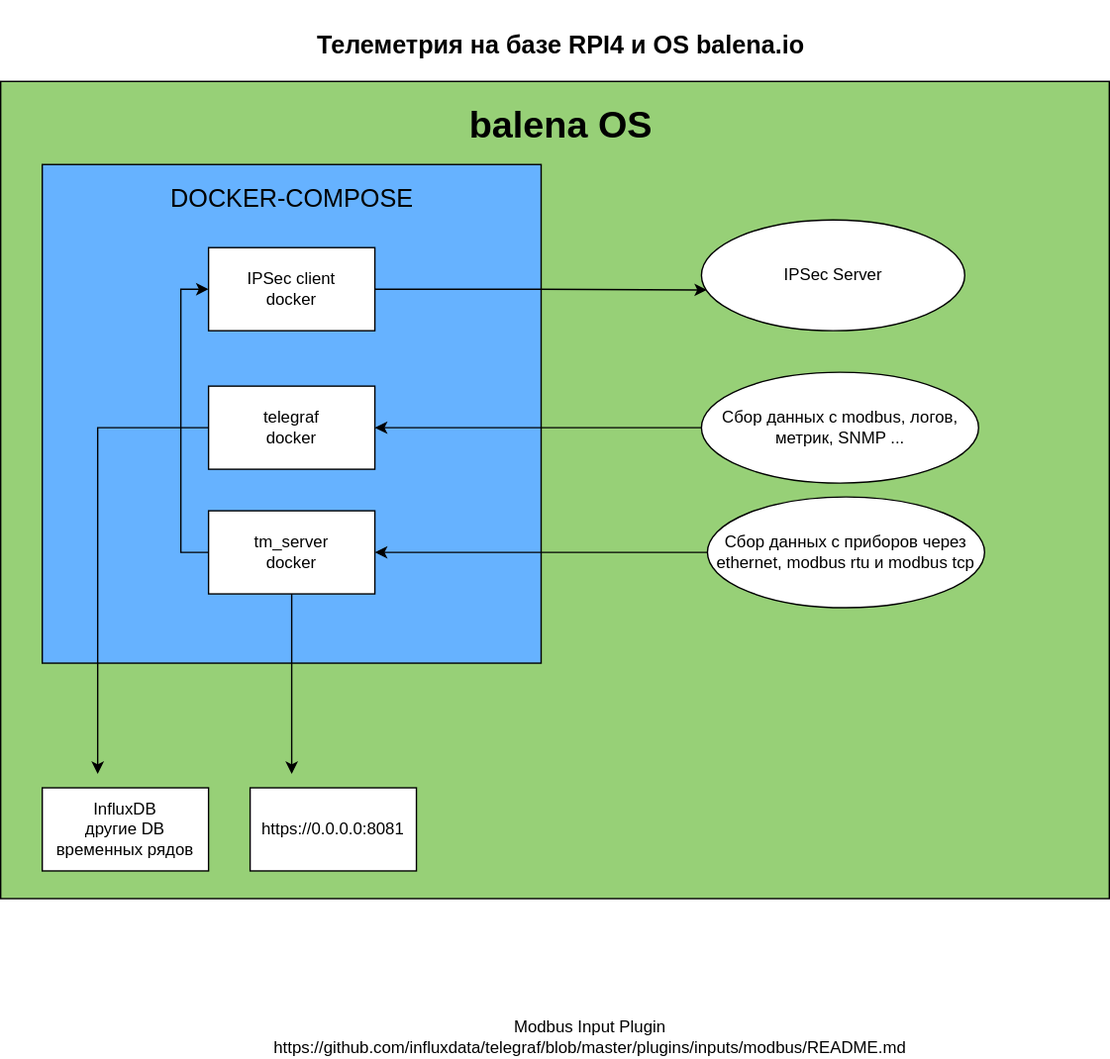
Above: pictures/felectra-diagram.drawio.svg in joyshmitz/felectra (draw.io), before the change. Source tidied: cells renumbered, new cells last; positions are measured from the earlier drawing's top-left corner, leaving out a move shared by most shapes.
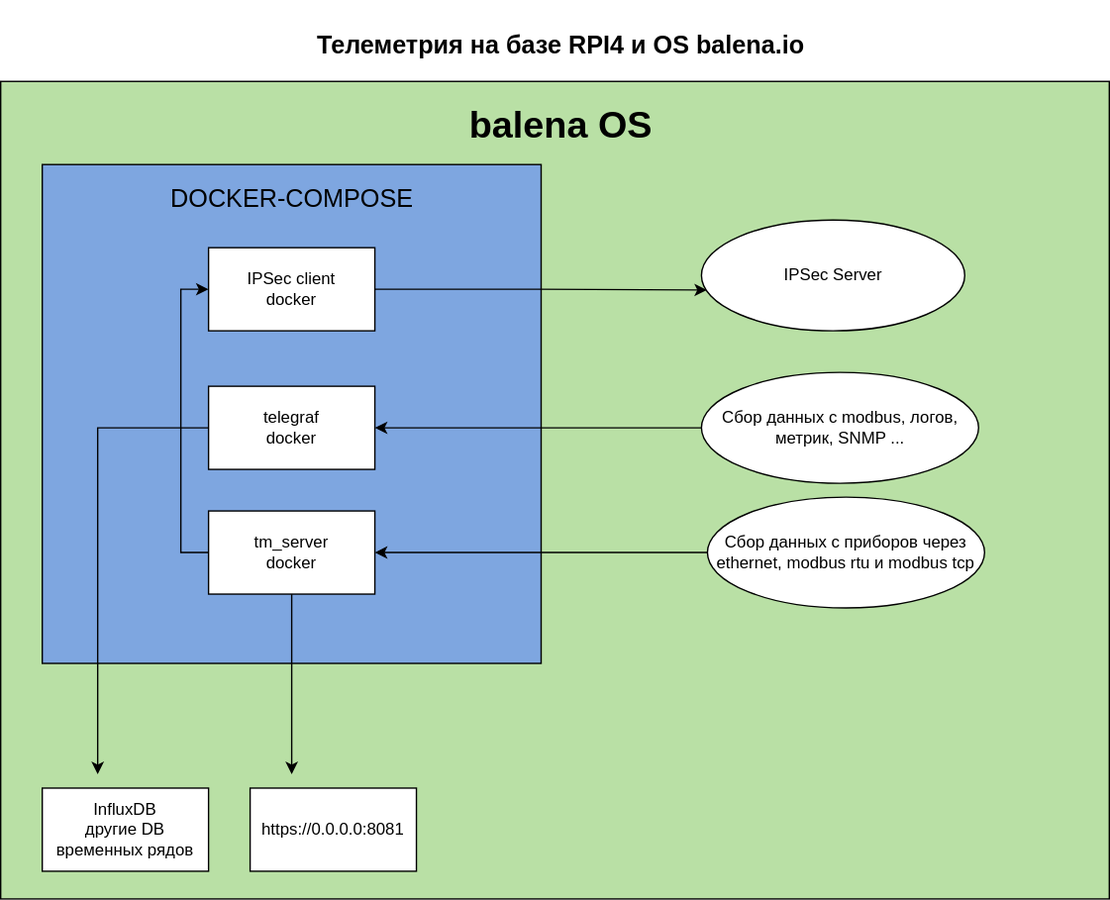
Above is the later version.

Diff of the diagram source:
```diff
@@ -2,10 +2,10 @@
   <root>
     <mxCell id="0" />
     <mxCell id="1" parent="0" />
-    <mxCell id="2" style="rounded=0;whiteSpace=wrap;html=1;fillColor=#97D077;align=right;" parent="1" vertex="1">
+    <mxCell id="2" style="rounded=0;whiteSpace=wrap;html=1;fillColor=#B9E0A5;align=right;" parent="1" vertex="1">
       <mxGeometry y="53" width="800" height="590" as="geometry" />
     </mxCell>
-    <mxCell id="3" style="whiteSpace=wrap;html=1;fillColor=#66B2FF;" parent="1" vertex="1">
+    <mxCell id="3" style="whiteSpace=wrap;html=1;fillColor=#7EA6E0;" parent="1" vertex="1">
       <mxGeometry x="30" y="113" width="360" height="360" as="geometry" />
     </mxCell>
     <mxCell id="4" style="edgeStyle=orthogonalEdgeStyle;rounded=0;jettySize=auto;html=1;" parent="1" edge="1" source="5" target="10">
@@ -57,9 +57,6 @@
     <mxCell id="18" value="&lt;font style=&quot;font-size: 18px&quot;&gt;DOCKER-COMPOSE&lt;/font&gt;" style="text;html=1;align=center;verticalAlign=middle;strokeColor=none;fillColor=none;" parent="1" vertex="1">
       <mxGeometry x="115" y="128" width="190" height="20" as="geometry" />
     </mxCell>
-    <mxCell id="19" value="Modbus Input Plugin&lt;br&gt;https://github.com/influxdata/telegraf/blob/master/plugins/inputs/modbus/README.md" style="text;html=1;align=center;verticalAlign=middle;strokeColor=none;fillColor=none;" parent="1" vertex="1">
-      <mxGeometry x="190" y="728" width="470" height="30" as="geometry" />
-    </mxCell>
     <mxCell id="20" value="&lt;h1&gt;&lt;font style=&quot;font-size: 18px&quot;&gt;Телеметрия на базе RPI4 и OS balena.io&lt;/font&gt;&lt;/h1&gt;" style="text;html=1;align=center;verticalAlign=middle;strokeColor=none;fillColor=none;" parent="1" vertex="1">
       <mxGeometry x="219" width="370" height="50" as="geometry" />
     </mxCell>
```
